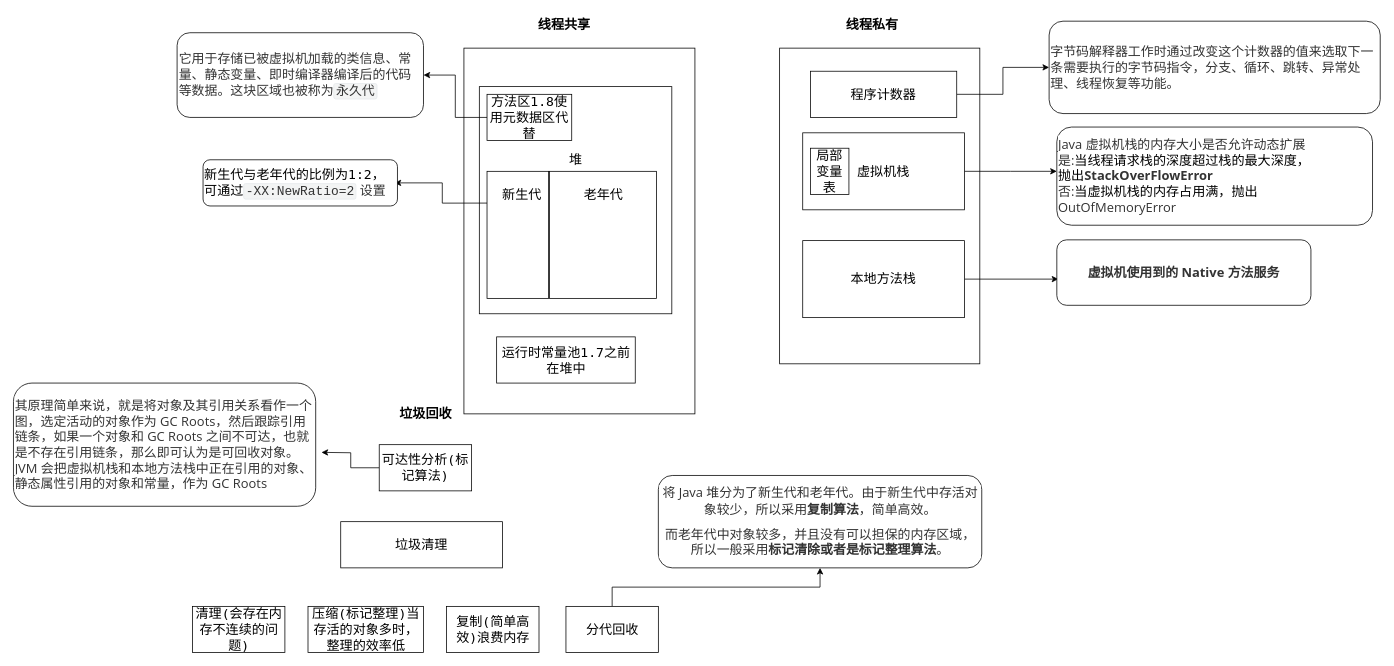
Above: Untitled Diagram.drawio in javawawa/algorithm (draw.io), before the change. Source tidied: cells renumbered, new cells numbered last; positions are measured from the earlier drawing's top-left corner, leaving out a move shared by most shapes. Both pictures are drawn from the tidied source at 77%, with x=0, y=0 at pixel (13, 13).
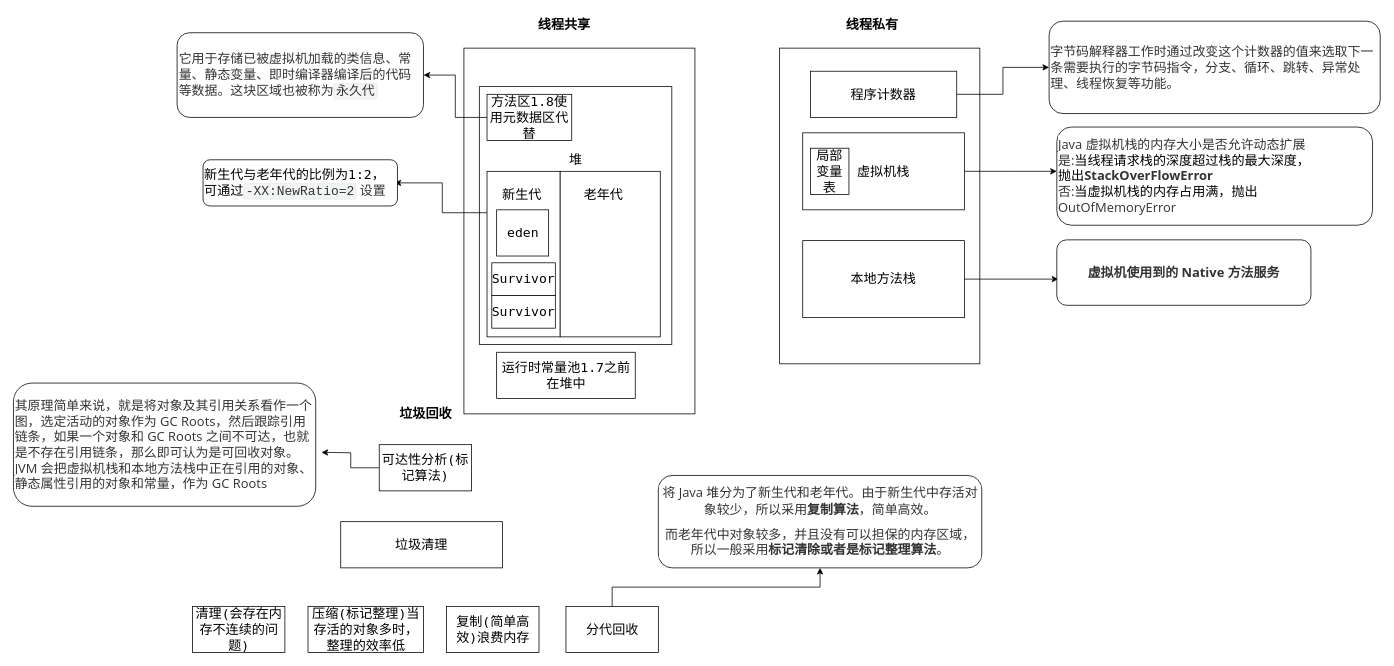
The same page after the edit.

What changed in the source:
```diff
@@
     <mxCell id="4" style="rounded=0;whiteSpace=wrap;html=1;fontFamily=Lucida Console;fontSize=17;align=center;" parent="1" vertex="1">
-      <mxGeometry x="605" y="95" width="250" height="295" as="geometry" />
+      <mxGeometry x="605" y="95" width="250" height="335" as="geometry" />
     </mxCell>
@@
     <mxCell id="8" style="rounded=0;whiteSpace=wrap;html=1;fontFamily=Lucida Console;fontSize=17;" parent="1" vertex="1">
-      <mxGeometry x="615" y="205" width="80" height="165" as="geometry" />
+      <mxGeometry x="615" y="205" width="95" height="215" as="geometry" />
     </mxCell>
     <mxCell id="9" style="rounded=0;whiteSpace=wrap;html=1;fontFamily=Lucida Console;fontSize=17;" parent="1" vertex="1">
-      <mxGeometry x="696.2" y="205" width="138.8" height="165" as="geometry" />
+      <mxGeometry x="710" y="205" width="130" height="215" as="geometry" />
     </mxCell>
     <mxCell id="10" value="运行时常量池1.7之前在堆中" style="rounded=0;whiteSpace=wrap;html=1;fontFamily=Lucida Console;fontSize=17;" parent="1" vertex="1">
-      <mxGeometry x="627.5" y="420" width="180" height="60" as="geometry" />
+      <mxGeometry x="627.5" y="440" width="180" height="60" as="geometry" />
     </mxCell>
@@
+    <mxCell id="39" value="eden" style="rounded=0;whiteSpace=wrap;html=1;fontFamily=Lucida Console;fontSize=17;align=center;verticalAlign=middle;" parent="1" vertex="1">
+      <mxGeometry x="627.5" y="255" width="67.5" height="60" as="geometry" />
+    </mxCell>
+    <mxCell id="40" value="Survivor" style="rounded=0;whiteSpace=wrap;html=1;fontFamily=Lucida Console;fontSize=17;align=center;verticalAlign=middle;" parent="1" vertex="1">
+      <mxGeometry x="621.2" y="323.8" width="82.5" height="42.5" as="geometry" />
+    </mxCell>
+    <mxCell id="41" value="Survivor" style="rounded=0;whiteSpace=wrap;html=1;fontFamily=Lucida Console;fontSize=17;align=center;verticalAlign=middle;" parent="1" vertex="1">
+      <mxGeometry x="621.2" y="366.2" width="82.5" height="42.5" as="geometry" />
+    </mxCell>
```
